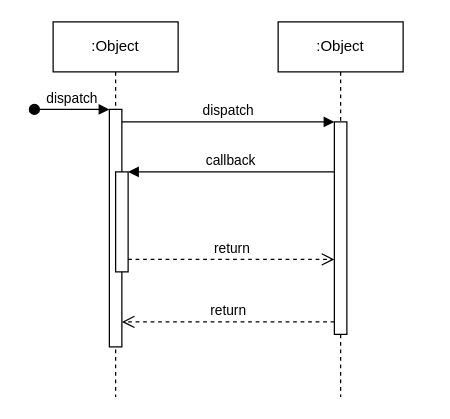
SeeYouCowboi/MonopolyGame keeps this draw.io diagram as 未命名绘图.drawio. Above is the earlier version. Source tidied: cells renumbered, new cells numbered last; positions are measured from the earlier drawing's top-left corner, leaving out a move shared by most shapes. Both pictures are drawn from the tidied source at 125%, with x=0, y=0 at pixel (34, 21).
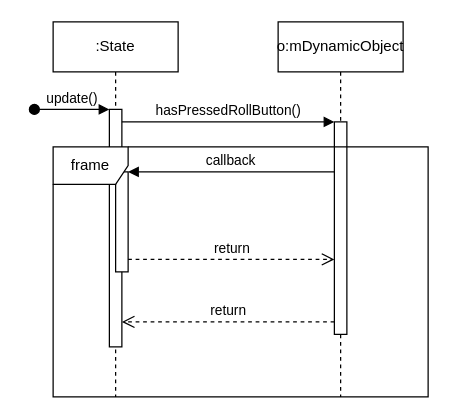
Above is the later version.

The edit, as a diff of the source:
```diff
@@
 <mxGraphModel>
   <root>
     <mxCell id="0" />
     <mxCell id="1" parent="0" />
-    <mxCell id="2" value=":Object" style="shape=umlLifeline;perimeter=lifelinePerimeter;whiteSpace=wrap;html=1;newEdgeStyle={&quot;edgeStyle&quot;:&quot;elbowEdgeStyle&quot;,&quot;elbow&quot;:&quot;vertical&quot;,&quot;curved&quot;:0,&quot;rounded&quot;:0};" parent="1" vertex="1">
+    <mxCell id="2" value=":State" style="shape=umlLifeline;perimeter=lifelinePerimeter;whiteSpace=wrap;html=1;newEdgeStyle={&quot;edgeStyle&quot;:&quot;elbowEdgeStyle&quot;,&quot;elbow&quot;:&quot;vertical&quot;,&quot;curved&quot;:0,&quot;rounded&quot;:0};" parent="1" vertex="1">
       <mxGeometry x="15" width="100" height="300" as="geometry" />
     </mxCell>
     <mxCell id="3" style="html=1;points=[];perimeter=orthogonalPerimeter;outlineConnect=0;targetShapes=umlLifeline;portConstraint=eastwest;newEdgeStyle={&quot;edgeStyle&quot;:&quot;elbowEdgeStyle&quot;,&quot;elbow&quot;:&quot;vertical&quot;,&quot;curved&quot;:0,&quot;rounded&quot;:0};" parent="2" vertex="1">
       <mxGeometry x="45" y="70" width="10" height="190" as="geometry" />
     </mxCell>
-    <mxCell id="4" value="dispatch" style="html=1;verticalAlign=bottom;startArrow=oval;endArrow=block;startSize=8;edgeStyle=elbowEdgeStyle;elbow=vertical;curved=0;rounded=0;" parent="2" edge="1" target="3">
+    <mxCell id="4" value="update()" style="html=1;verticalAlign=bottom;startArrow=oval;endArrow=block;startSize=8;edgeStyle=elbowEdgeStyle;elbow=vertical;curved=0;rounded=0;" parent="2" edge="1" target="3">
       <mxGeometry relative="1" as="geometry">
         <mxPoint x="-15" y="70" as="sourcePoint" />
       </mxGeometry>
     </mxCell>
     <mxCell id="5" style="html=1;points=[];perimeter=orthogonalPerimeter;outlineConnect=0;targetShapes=umlLifeline;portConstraint=eastwest;newEdgeStyle={&quot;edgeStyle&quot;:&quot;elbowEdgeStyle&quot;,&quot;elbow&quot;:&quot;vertical&quot;,&quot;curved&quot;:0,&quot;rounded&quot;:0};" parent="2" vertex="1">
       <mxGeometry x="50" y="120" width="10" height="80" as="geometry" />
     </mxCell>
-    <mxCell id="6" value=":Object" style="shape=umlLifeline;perimeter=lifelinePerimeter;whiteSpace=wrap;html=1;newEdgeStyle={&quot;edgeStyle&quot;:&quot;elbowEdgeStyle&quot;,&quot;elbow&quot;:&quot;vertical&quot;,&quot;curved&quot;:0,&quot;rounded&quot;:0};" parent="1" vertex="1">
+    <mxCell id="6" value="o:mDynamicObject" style="shape=umlLifeline;perimeter=lifelinePerimeter;whiteSpace=wrap;html=1;newEdgeStyle={&quot;edgeStyle&quot;:&quot;elbowEdgeStyle&quot;,&quot;elbow&quot;:&quot;vertical&quot;,&quot;curved&quot;:0,&quot;rounded&quot;:0};" parent="1" vertex="1">
       <mxGeometry x="195" width="100" height="300" as="geometry" />
     </mxCell>
     <mxCell id="7" style="html=1;points=[];perimeter=orthogonalPerimeter;outlineConnect=0;targetShapes=umlLifeline;portConstraint=eastwest;newEdgeStyle={&quot;edgeStyle&quot;:&quot;elbowEdgeStyle&quot;,&quot;elbow&quot;:&quot;vertical&quot;,&quot;curved&quot;:0,&quot;rounded&quot;:0};" parent="6" vertex="1">
       <mxGeometry x="45" y="80" width="10" height="170" as="geometry" />
     </mxCell>
-    <mxCell id="8" value="dispatch" style="html=1;verticalAlign=bottom;endArrow=block;edgeStyle=elbowEdgeStyle;elbow=vertical;curved=0;rounded=0;" parent="1" edge="1" source="3" target="7">
+    <mxCell id="8" value="hasPressedRollButton()" style="html=1;verticalAlign=bottom;endArrow=block;edgeStyle=elbowEdgeStyle;elbow=vertical;curved=0;rounded=0;" parent="1" edge="1" source="3" target="7">
       <mxGeometry relative="1" as="geometry">
         <Array as="points">
           <mxPoint x="155" y="80" />
         </Array>
       </mxGeometry>
     </mxCell>
     <mxCell id="9" value="return" style="html=1;verticalAlign=bottom;endArrow=open;dashed=1;endSize=8;edgeStyle=elbowEdgeStyle;elbow=vertical;curved=0;rounded=0;" parent="1" edge="1" source="7" target="3">
       <mxGeometry relative="1" as="geometry">
         <Array as="points">
           <mxPoint x="165" y="240" />
         </Array>
       </mxGeometry>
     </mxCell>
     <mxCell id="10" value="callback" style="html=1;verticalAlign=bottom;endArrow=block;edgeStyle=elbowEdgeStyle;elbow=vertical;curved=0;rounded=0;" parent="1" edge="1" source="7" target="5">
       <mxGeometry relative="1" as="geometry">
         <Array as="points">
           <mxPoint x="165" y="120" />
         </Array>
       </mxGeometry>
     </mxCell>
     <mxCell id="11" value="return" style="html=1;verticalAlign=bottom;endArrow=open;dashed=1;endSize=8;edgeStyle=elbowEdgeStyle;elbow=vertical;curved=0;rounded=0;" parent="1" edge="1" source="5" target="7">
       <mxGeometry relative="1" as="geometry">
         <Array as="points">
           <mxPoint x="155" y="190" />
         </Array>
       </mxGeometry>
     </mxCell>
+    <mxCell id="12" value="frame" style="shape=umlFrame;whiteSpace=wrap;html=1;" parent="1" vertex="1">
+      <mxGeometry x="15" y="100" width="300" height="200" as="geometry" />
+    </mxCell>
   </root>
 </mxGraphModel>
```
